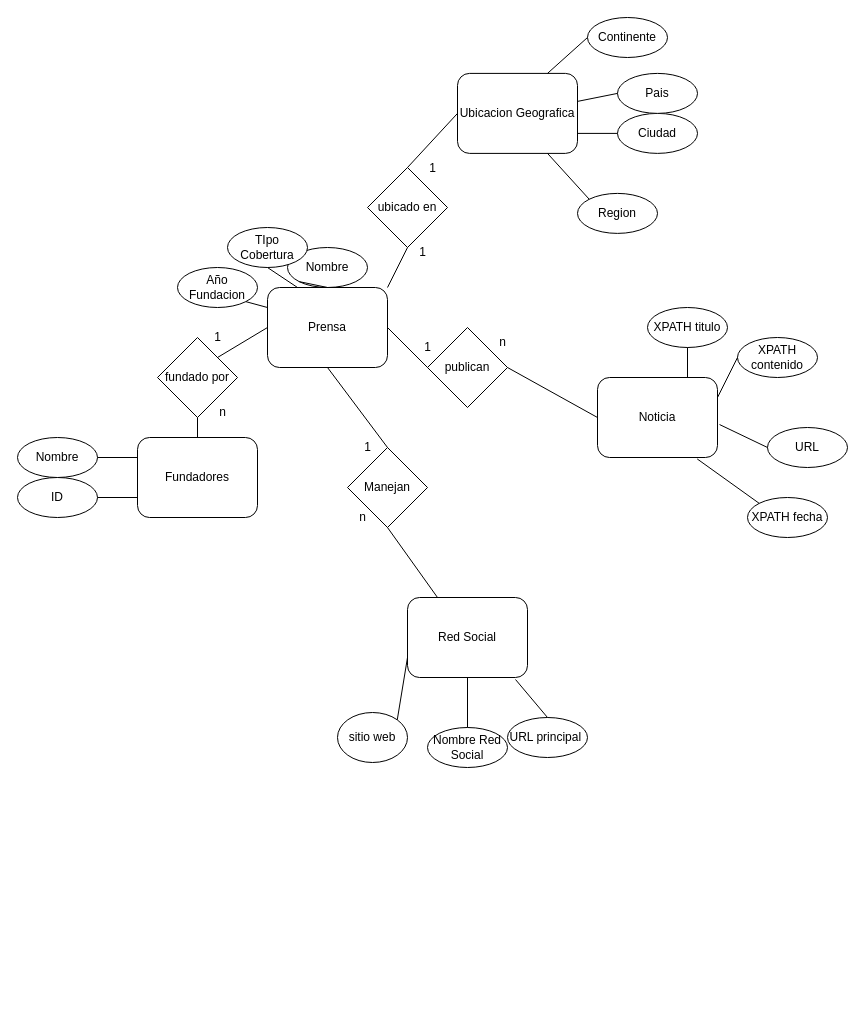
The draw.io diagram Parte-A/CubaMedios.drawio in Paskiben/INFO133-equipo12, before the edit. Source tidied: cells renumbered, new cells numbered last; positions are measured from the earlier drawing's top-left corner, leaving out a move shared by most shapes. Both pictures are drawn from the tidied source at 100%, with x=0, y=0 at pixel (17, 17).
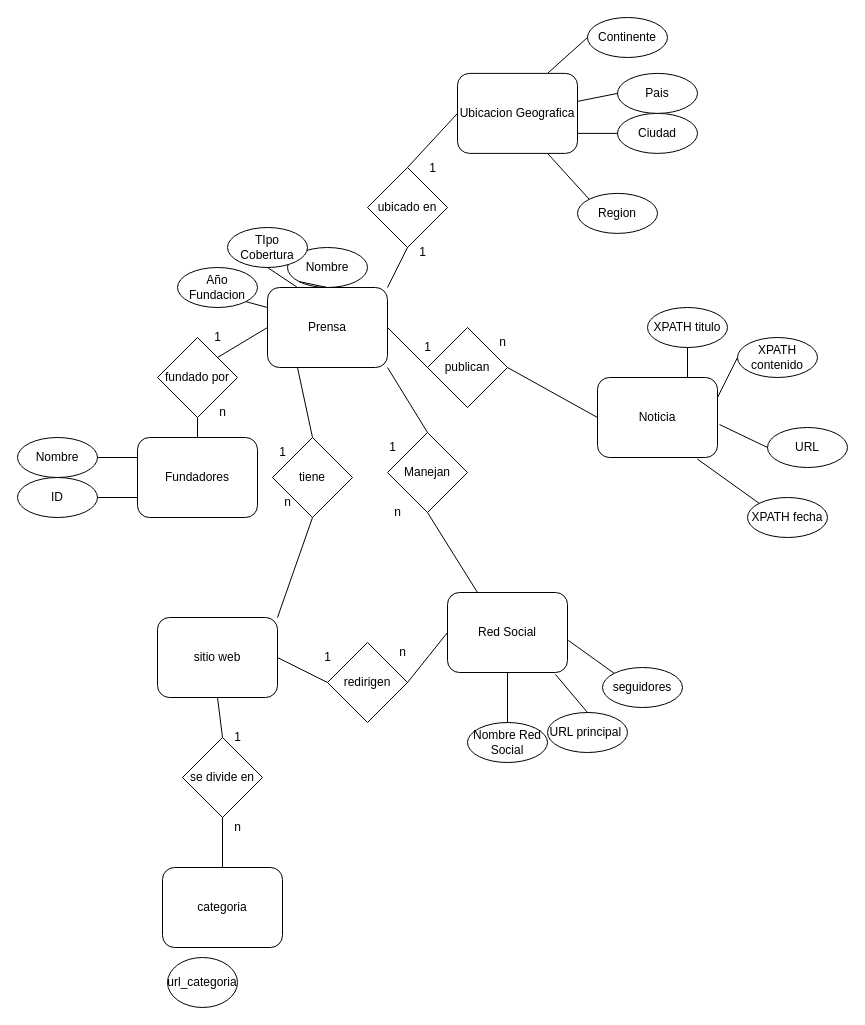
The same page after the edit.

Commit message:
añadi datos que faltaban del enunciado

Unchanged cells that the change refers to:
```xml
<mxCell id="10" value="Prensa" style="rounded=1;whiteSpace=wrap;html=1;" parent="1" vertex="1">
  <mxGeometry x="250" y="270" width="120" height="80" as="geometry" />
</mxCell>
```

The edit, as a diff of the source:
```diff
@@
     <mxCell id="14" value="Red Social" style="rounded=1;whiteSpace=wrap;html=1;" parent="1" vertex="1">
-      <mxGeometry x="390" y="580" width="120" height="80" as="geometry" />
+      <mxGeometry x="430" y="575" width="120" height="80" as="geometry" />
     </mxCell>
     <mxCell id="15" value="Nombre Red Social" style="ellipse;whiteSpace=wrap;html=1;" parent="1" vertex="1">
-      <mxGeometry x="410" y="710" width="80" height="40" as="geometry" />
+      <mxGeometry x="450" y="705" width="80" height="40" as="geometry" />
     </mxCell>
@@
     <mxCell id="17" value="URL principal&amp;nbsp;" style="ellipse;whiteSpace=wrap;html=1;" parent="1" vertex="1">
-      <mxGeometry x="490" y="700" width="80" height="40" as="geometry" />
+      <mxGeometry x="530" y="695" width="80" height="40" as="geometry" />
     </mxCell>
@@
-    <mxCell id="29" value="sitio web" style="ellipse;whiteSpace=wrap;html=1;" parent="1" vertex="1">
-      <mxGeometry x="320" y="695" width="70" height="50" as="geometry" />
-    </mxCell>
-    <mxCell id="30" style="endArrow=none;html=1;exitX=0;exitY=0.75;exitDx=0;exitDy=0;entryX=1;entryY=0;entryDx=0;entryDy=0;" parent="1" edge="1" source="14" target="29">
-      <mxGeometry relative="1" as="geometry" />
-    </mxCell>
@@
     <mxCell id="44" value="Manejan" style="rhombus;whiteSpace=wrap;html=1;" parent="1" vertex="1">
-      <mxGeometry x="330" y="430" width="80" height="80" as="geometry" />
+      <mxGeometry x="370" y="415" width="80" height="80" as="geometry" />
     </mxCell>
@@
-    <mxCell id="46" style="endArrow=none;html=1;entryX=0.5;entryY=0;entryDx=0;entryDy=0;exitX=0.5;exitY=1;exitDx=0;exitDy=0;" parent="1" edge="1" source="10" target="44">
+    <mxCell id="46" style="endArrow=none;html=1;entryX=0.5;entryY=0;entryDx=0;entryDy=0;exitX=1;exitY=1;exitDx=0;exitDy=0;" parent="1" edge="1" source="10" target="44">
       <mxGeometry relative="1" as="geometry" />
     </mxCell>
     <mxCell id="47" value="n" style="text;html=1;align=center;verticalAlign=middle;strokeColor=none;fillColor=none;" parent="1" vertex="1">
-      <mxGeometry x="330" y="485" width="30" height="30" as="geometry" />
+      <mxGeometry x="365" y="480" width="30" height="30" as="geometry" />
     </mxCell>
     <mxCell id="48" value="1" style="text;html=1;align=center;verticalAlign=middle;strokeColor=none;fillColor=none;" parent="1" vertex="1">
-      <mxGeometry x="335" y="415" width="30" height="30" as="geometry" />
+      <mxGeometry x="360" y="415" width="30" height="30" as="geometry" />
     </mxCell>
@@
+    <mxCell id="60" value="seguidores" style="ellipse;whiteSpace=wrap;html=1;" parent="1" vertex="1">
+      <mxGeometry x="585" y="650" width="80" height="40" as="geometry" />
+    </mxCell>
+    <mxCell id="61" style="endArrow=none;html=1;entryX=0;entryY=0;entryDx=0;entryDy=0;exitX=1.007;exitY=0.599;exitDx=0;exitDy=0;exitPerimeter=0;" parent="1" edge="1" source="14" target="60">
+      <mxGeometry relative="1" as="geometry" />
+    </mxCell>
+    <mxCell id="62" value="categoria" style="rounded=1;whiteSpace=wrap;html=1;" parent="1" vertex="1">
+      <mxGeometry x="145" y="850" width="120" height="80" as="geometry" />
+    </mxCell>
+    <mxCell id="63" value="url_categoria" style="ellipse;whiteSpace=wrap;html=1;" parent="1" vertex="1">
+      <mxGeometry x="150" y="940" width="70" height="50" as="geometry" />
+    </mxCell>
+    <mxCell id="29" value="sitio web" style="rounded=1;whiteSpace=wrap;html=1;" parent="1" vertex="1">
+      <mxGeometry x="140" y="600" width="120" height="80" as="geometry" />
+    </mxCell>
+    <mxCell id="64" value="redirigen" style="rhombus;whiteSpace=wrap;html=1;" parent="1" vertex="1">
+      <mxGeometry x="310" y="625" width="80" height="80" as="geometry" />
+    </mxCell>
+    <mxCell id="65" value="tiene" style="rhombus;whiteSpace=wrap;html=1;" parent="1" vertex="1">
+      <mxGeometry x="255" y="420" width="80" height="80" as="geometry" />
+    </mxCell>
+    <mxCell id="66" value="1" style="text;html=1;align=center;verticalAlign=middle;strokeColor=none;fillColor=none;" parent="1" vertex="1">
+      <mxGeometry x="250" y="420" width="30" height="30" as="geometry" />
+    </mxCell>
+    <mxCell id="67" value="n" style="text;html=1;align=center;verticalAlign=middle;strokeColor=none;fillColor=none;" parent="1" vertex="1">
+      <mxGeometry x="255" y="470" width="30" height="30" as="geometry" />
+    </mxCell>
+    <mxCell id="68" style="endArrow=none;html=1;entryX=0.5;entryY=0;entryDx=0;entryDy=0;exitX=0.25;exitY=1;exitDx=0;exitDy=0;" parent="1" edge="1" source="10" target="65">
+      <mxGeometry relative="1" as="geometry" />
+    </mxCell>
+    <mxCell id="69" style="endArrow=none;html=1;entryX=1;entryY=0;entryDx=0;entryDy=0;exitX=0.5;exitY=1;exitDx=0;exitDy=0;" parent="1" edge="1" source="65" target="29">
+      <mxGeometry relative="1" as="geometry" />
+    </mxCell>
+    <mxCell id="70" style="endArrow=none;html=1;entryX=0;entryY=0.5;entryDx=0;entryDy=0;exitX=1;exitY=0.5;exitDx=0;exitDy=0;startArrow=none;" parent="1" edge="1" source="64" target="14">
+      <mxGeometry relative="1" as="geometry" />
+    </mxCell>
+    <mxCell id="71" style="endArrow=none;html=1;entryX=0;entryY=0.5;entryDx=0;entryDy=0;exitX=1;exitY=0.5;exitDx=0;exitDy=0;" parent="1" edge="1" source="29" target="64">
+      <mxGeometry relative="1" as="geometry" />
+    </mxCell>
+    <mxCell id="72" value="1" style="text;html=1;align=center;verticalAlign=middle;strokeColor=none;fillColor=none;" parent="1" vertex="1">
+      <mxGeometry x="295" y="625" width="30" height="30" as="geometry" />
+    </mxCell>
+    <mxCell id="73" value="n" style="text;html=1;align=center;verticalAlign=middle;strokeColor=none;fillColor=none;" parent="1" vertex="1">
+      <mxGeometry x="370" y="620" width="30" height="30" as="geometry" />
+    </mxCell>
+    <mxCell id="74" value="se divide en" style="rhombus;whiteSpace=wrap;html=1;" parent="1" vertex="1">
+      <mxGeometry x="165" y="720" width="80" height="80" as="geometry" />
+    </mxCell>
+    <mxCell id="75" style="endArrow=none;html=1;entryX=0.5;entryY=0;entryDx=0;entryDy=0;exitX=0.5;exitY=1;exitDx=0;exitDy=0;" parent="1" edge="1" source="74" target="62">
+      <mxGeometry relative="1" as="geometry" />
+    </mxCell>
+    <mxCell id="76" style="endArrow=none;html=1;entryX=0.5;entryY=0;entryDx=0;entryDy=0;exitX=0.5;exitY=1;exitDx=0;exitDy=0;" parent="1" edge="1" source="29" target="74">
+      <mxGeometry relative="1" as="geometry" />
+    </mxCell>
+    <mxCell id="77" value="1" style="text;html=1;align=center;verticalAlign=middle;strokeColor=none;fillColor=none;" parent="1" vertex="1">
+      <mxGeometry x="205" y="705" width="30" height="30" as="geometry" />
+    </mxCell>
+    <mxCell id="78" value="n" style="text;html=1;align=center;verticalAlign=middle;strokeColor=none;fillColor=none;" parent="1" vertex="1">
+      <mxGeometry x="205" y="795" width="30" height="30" as="geometry" />
+    </mxCell>
```
